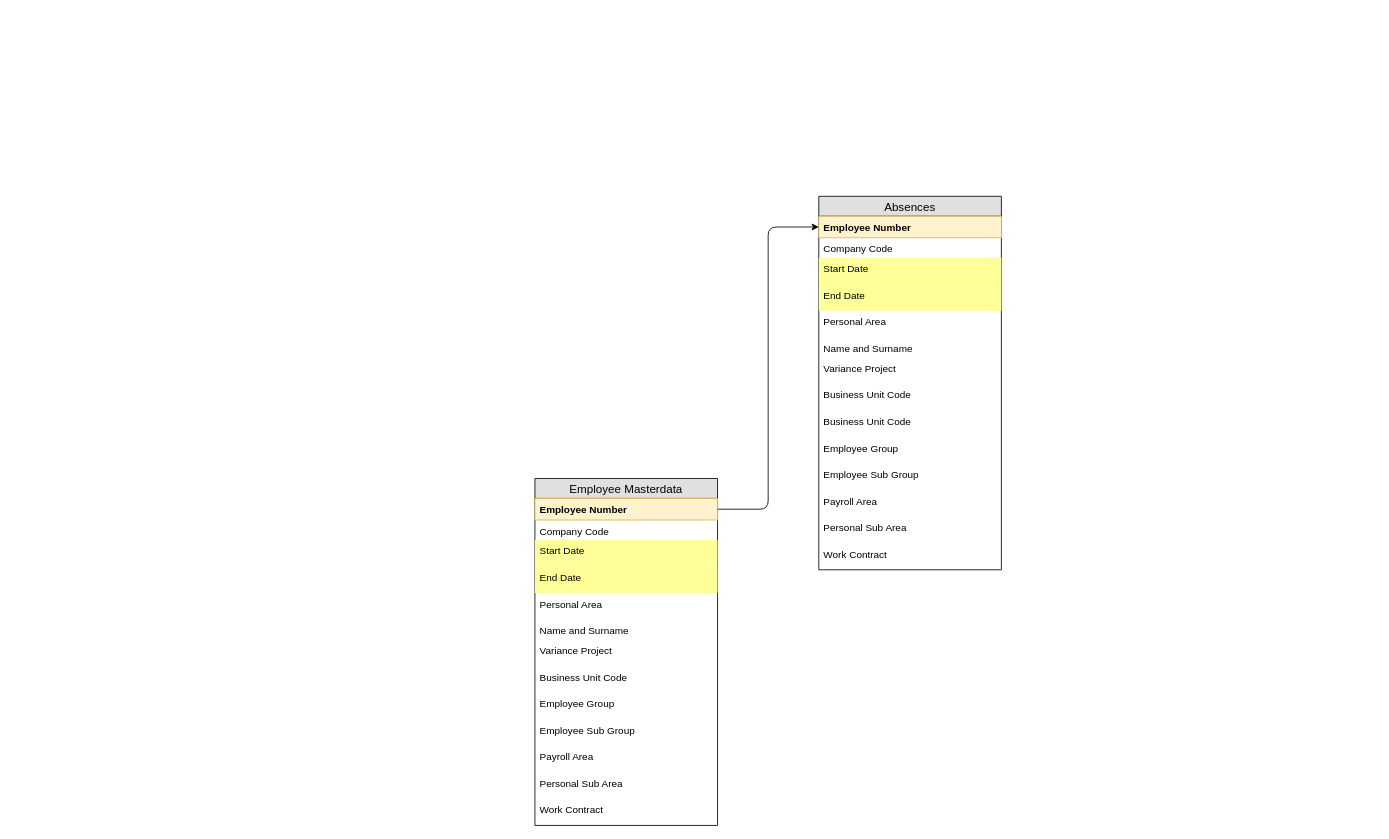
The draw.io diagram page "HR" (3 of 7) of Codex Data Model.drawio in vesi-jorrego/Codex-Data-Model, before the edit. Source tidied: cells renumbered, new cells numbered last; positions are measured from the earlier drawing's top-left corner, leaving out a move shared by most shapes. Both pictures are drawn from the tidied source at 83%, with x=0, y=0 at pixel (535, 196).
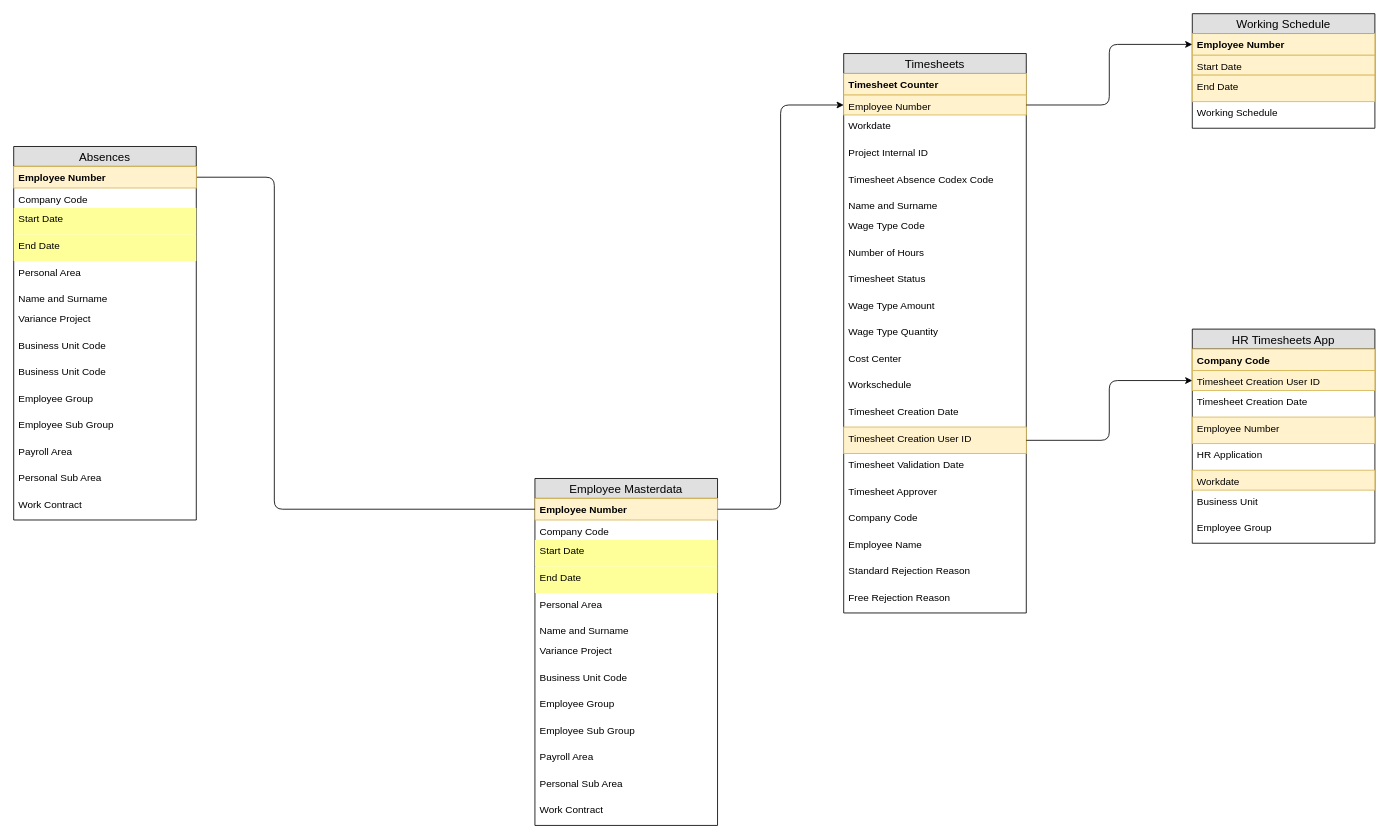
The same page after the edit.

The change refers to these unchanged cells:
```xml
<mxCell id="3" value="Employee Number" style="text;strokeColor=#d6b656;fillColor=#fff2cc;spacingLeft=4;spacingRight=4;overflow=hidden;points=[[0,0.5],[1,0.5]];portConstraint=eastwest;fontSize=12;fontStyle=1;" parent="2" vertex="1">
  <mxGeometry y="24" width="220" height="26" as="geometry" />
</mxCell>
<mxCell id="18" value="Employee Number" style="text;strokeColor=#d6b656;fillColor=#fff2cc;spacingLeft=4;spacingRight=4;overflow=hidden;points=[[0,0.5],[1,0.5]];portConstraint=eastwest;fontSize=12;fontStyle=1;" parent="17" vertex="1">
  <mxGeometry y="24" width="220" height="26" as="geometry" />
</mxCell>
```

Change to the diagram source:
```diff
@@
-    <mxCell id="16" style="edgeStyle=elbowEdgeStyle;elbow=horizontal;endArrow=classic;html=1;entryX=0;entryY=0.5;entryDx=0;entryDy=0;" parent="1" edge="1" source="3" target="18">
+    <mxCell id="16" style="edgeStyle=elbowEdgeStyle;elbow=horizontal;endArrow=classic;html=1;entryX=0;entryY=0.5;entryDx=0;entryDy=0;exitX=0;exitY=0.5;exitDx=0;exitDy=0;" parent="1" edge="1" source="3" target="18">
       <mxGeometry relative="1" as="geometry" />
     </mxCell>
     <mxCell id="17" value="Absences" style="swimlane;fontStyle=0;horizontal=1;startSize=24;fillColor=#e0e0e0;swimlaneFillColor=#ffffff;align=center;fontSize=14;" parent="1" vertex="1">
-      <mxGeometry x="342" width="220" height="450" as="geometry" />
+      <mxGeometry x="-628" y="-60" width="220" height="450" as="geometry" />
     </mxCell>
@@
+    <mxCell id="32" style="edgeStyle=elbowEdgeStyle;elbow=horizontal;endArrow=classic;html=1;exitX=1;exitY=0.5;exitDx=0;exitDy=0;entryX=0;entryY=0.5;entryDx=0;entryDy=0;" parent="1" edge="1" source="3" target="35">
+      <mxGeometry relative="1" as="geometry" />
+    </mxCell>
+    <mxCell id="33" value="Timesheets" style="swimlane;fontStyle=0;horizontal=1;startSize=24;fillColor=#e0e0e0;swimlaneFillColor=#ffffff;align=center;fontSize=14;" parent="1" vertex="1">
+      <mxGeometry x="372" y="-172" width="220" height="674" as="geometry" />
+    </mxCell>
+    <mxCell id="34" value="Timesheet Counter" style="text;strokeColor=#d6b656;fillColor=#fff2cc;spacingLeft=4;spacingRight=4;overflow=hidden;fontSize=12;fontStyle=1;" parent="33" vertex="1">
+      <mxGeometry y="24" width="220" height="26" as="geometry" />
+    </mxCell>
+    <mxCell id="35" value="Employee Number" style="text;strokeColor=#d6b656;fillColor=#fff2cc;spacingLeft=4;spacingRight=4;overflow=hidden;points=[[0,0.5],[1,0.5]];portConstraint=eastwest;fontSize=12;" parent="33" vertex="1">
+      <mxGeometry y="50" width="220" height="24" as="geometry" />
+    </mxCell>
+    <mxCell id="36" value="Workdate" style="text;strokeColor=none;fillColor=none;spacingLeft=4;spacingRight=4;overflow=hidden;fontSize=12;" parent="33" vertex="1">
+      <mxGeometry y="74" width="220" height="32" as="geometry" />
+    </mxCell>
+    <mxCell id="37" value="Project Internal ID" style="text;strokeColor=none;fillColor=none;spacingLeft=4;spacingRight=4;overflow=hidden;fontSize=12;" parent="33" vertex="1">
+      <mxGeometry y="106" width="220" height="32" as="geometry" />
+    </mxCell>
+    <mxCell id="38" value="Timesheet Absence Codex Code" style="text;strokeColor=none;fillColor=none;spacingLeft=4;spacingRight=4;overflow=hidden;fontSize=12;" parent="33" vertex="1">
+      <mxGeometry y="138" width="220" height="32" as="geometry" />
+    </mxCell>
+    <mxCell id="39" value="Name and Surname" style="text;strokeColor=none;fillColor=none;spacingLeft=4;spacingRight=4;overflow=hidden;fontSize=12;" parent="33" vertex="1">
+      <mxGeometry y="170" width="220" height="24" as="geometry" />
+    </mxCell>
+    <mxCell id="40" value="Wage Type Code" style="text;strokeColor=none;fillColor=none;spacingLeft=4;spacingRight=4;overflow=hidden;fontSize=12;" parent="33" vertex="1">
+      <mxGeometry y="194" width="220" height="32" as="geometry" />
+    </mxCell>
+    <mxCell id="41" value="Number of Hours" style="text;strokeColor=none;fillColor=none;spacingLeft=4;spacingRight=4;overflow=hidden;fontSize=12;" parent="33" vertex="1">
+      <mxGeometry y="226" width="220" height="32" as="geometry" />
+    </mxCell>
+    <mxCell id="42" value="Timesheet Status" style="text;strokeColor=none;fillColor=none;spacingLeft=4;spacingRight=4;overflow=hidden;fontSize=12;" parent="33" vertex="1">
+      <mxGeometry y="258" width="220" height="32" as="geometry" />
+    </mxCell>
+    <mxCell id="43" value="Wage Type Amount" style="text;strokeColor=none;fillColor=none;spacingLeft=4;spacingRight=4;overflow=hidden;fontSize=12;" parent="33" vertex="1">
+      <mxGeometry y="290" width="220" height="32" as="geometry" />
+    </mxCell>
+    <mxCell id="44" value="Wage Type Quantity" style="text;strokeColor=none;fillColor=none;spacingLeft=4;spacingRight=4;overflow=hidden;fontSize=12;" parent="33" vertex="1">
+      <mxGeometry y="322" width="220" height="32" as="geometry" />
+    </mxCell>
+    <mxCell id="45" value="Cost Center" style="text;strokeColor=none;fillColor=none;spacingLeft=4;spacingRight=4;overflow=hidden;fontSize=12;" parent="33" vertex="1">
+      <mxGeometry y="354" width="220" height="32" as="geometry" />
+    </mxCell>
+    <mxCell id="46" value="Workschedule" style="text;strokeColor=none;fillColor=none;spacingLeft=4;spacingRight=4;overflow=hidden;fontSize=12;" parent="33" vertex="1">
+      <mxGeometry y="386" width="220" height="32" as="geometry" />
+    </mxCell>
+    <mxCell id="47" value="Timesheet Creation Date" style="text;strokeColor=none;fillColor=none;spacingLeft=4;spacingRight=4;overflow=hidden;fontSize=12;" parent="33" vertex="1">
+      <mxGeometry y="418" width="220" height="32" as="geometry" />
+    </mxCell>
+    <mxCell id="48" value="Timesheet Creation User ID" style="text;strokeColor=#d6b656;fillColor=#fff2cc;spacingLeft=4;spacingRight=4;overflow=hidden;points=[[0,0.5],[1,0.5]];portConstraint=eastwest;fontSize=12;" parent="33" vertex="1">
+      <mxGeometry y="450" width="220" height="32" as="geometry" />
+    </mxCell>
+    <mxCell id="49" value="Timesheet Validation Date" style="text;strokeColor=none;fillColor=none;spacingLeft=4;spacingRight=4;overflow=hidden;fontSize=12;" parent="33" vertex="1">
+      <mxGeometry y="482" width="220" height="32" as="geometry" />
+    </mxCell>
+    <mxCell id="50" value="Timesheet Approver" style="text;strokeColor=none;fillColor=none;spacingLeft=4;spacingRight=4;overflow=hidden;fontSize=12;" parent="33" vertex="1">
+      <mxGeometry y="514" width="220" height="32" as="geometry" />
+    </mxCell>
+    <mxCell id="51" value="Company Code" style="text;strokeColor=none;fillColor=none;spacingLeft=4;spacingRight=4;overflow=hidden;fontSize=12;" parent="33" vertex="1">
+      <mxGeometry y="546" width="220" height="32" as="geometry" />
+    </mxCell>
+    <mxCell id="52" value="Employee Name" style="text;strokeColor=none;fillColor=none;spacingLeft=4;spacingRight=4;overflow=hidden;fontSize=12;" parent="33" vertex="1">
+      <mxGeometry y="578" width="220" height="32" as="geometry" />
+    </mxCell>
+    <mxCell id="53" value="Standard Rejection Reason" style="text;strokeColor=none;fillColor=none;spacingLeft=4;spacingRight=4;overflow=hidden;fontSize=12;" parent="33" vertex="1">
+      <mxGeometry y="610" width="220" height="32" as="geometry" />
+    </mxCell>
+    <mxCell id="54" value="Free Rejection Reason" style="text;strokeColor=none;fillColor=none;spacingLeft=4;spacingRight=4;overflow=hidden;fontSize=12;" parent="33" vertex="1">
+      <mxGeometry y="642" width="220" height="32" as="geometry" />
+    </mxCell>
+    <mxCell id="55" value="Working Schedule" style="swimlane;fontStyle=0;horizontal=1;startSize=24;fillColor=#e0e0e0;swimlaneFillColor=#ffffff;align=center;fontSize=14;" parent="1" vertex="1">
+      <mxGeometry x="792" y="-220" width="220" height="138" as="geometry" />
+    </mxCell>
+    <mxCell id="56" value="Employee Number" style="text;strokeColor=#d6b656;fillColor=#fff2cc;spacingLeft=4;spacingRight=4;overflow=hidden;points=[[0,0.5],[1,0.5]];portConstraint=eastwest;fontSize=12;fontStyle=1;" parent="55" vertex="1">
+      <mxGeometry y="24" width="220" height="26" as="geometry" />
+    </mxCell>
+    <mxCell id="57" value="Start Date" style="text;strokeColor=#d6b656;fillColor=#fff2cc;spacingLeft=4;spacingRight=4;overflow=hidden;fontSize=12;" parent="55" vertex="1">
+      <mxGeometry y="50" width="220" height="24" as="geometry" />
+    </mxCell>
+    <mxCell id="58" value="End Date" style="text;strokeColor=#d6b656;fillColor=#fff2cc;spacingLeft=4;spacingRight=4;overflow=hidden;fontSize=12;" parent="55" vertex="1">
+      <mxGeometry y="74" width="220" height="32" as="geometry" />
+    </mxCell>
+    <mxCell id="59" value="Working Schedule" style="text;strokeColor=none;fillColor=none;spacingLeft=4;spacingRight=4;overflow=hidden;fontSize=12;" parent="55" vertex="1">
+      <mxGeometry y="106" width="220" height="32" as="geometry" />
+    </mxCell>
+    <mxCell id="60" style="edgeStyle=elbowEdgeStyle;elbow=horizontal;endArrow=classic;html=1;exitX=1;exitY=0.5;exitDx=0;exitDy=0;entryX=0;entryY=0.5;entryDx=0;entryDy=0;" parent="1" edge="1" source="35" target="56">
+      <mxGeometry relative="1" as="geometry" />
+    </mxCell>
+    <mxCell id="61" style="edgeStyle=elbowEdgeStyle;elbow=horizontal;endArrow=classic;html=1;exitX=1;exitY=0.5;exitDx=0;exitDy=0;entryX=0;entryY=0.5;entryDx=0;entryDy=0;" parent="1" edge="1" source="48" target="64">
+      <mxGeometry relative="1" as="geometry" />
+    </mxCell>
+    <mxCell id="62" value="HR Timesheets App" style="swimlane;fontStyle=0;horizontal=1;startSize=24;fillColor=#e0e0e0;swimlaneFillColor=#ffffff;align=center;fontSize=14;" parent="1" vertex="1">
+      <mxGeometry x="792" y="160" width="220" height="258" as="geometry" />
+    </mxCell>
+    <mxCell id="63" value="Company Code" style="text;strokeColor=#d6b656;fillColor=#fff2cc;spacingLeft=4;spacingRight=4;overflow=hidden;fontSize=12;fontStyle=1;" parent="62" vertex="1">
+      <mxGeometry y="24" width="220" height="26" as="geometry" />
+    </mxCell>
+    <mxCell id="64" value="Timesheet Creation User ID" style="text;strokeColor=#d6b656;fillColor=#fff2cc;spacingLeft=4;spacingRight=4;overflow=hidden;points=[[0,0.5],[1,0.5]];portConstraint=eastwest;fontSize=12;" parent="62" vertex="1">
+      <mxGeometry y="50" width="220" height="24" as="geometry" />
+    </mxCell>
+    <mxCell id="65" value="Timesheet Creation Date" style="text;spacingLeft=4;spacingRight=4;overflow=hidden;fontSize=12;" parent="62" vertex="1">
+      <mxGeometry y="74" width="220" height="32" as="geometry" />
+    </mxCell>
+    <mxCell id="66" value="Employee Number" style="text;spacingLeft=4;spacingRight=4;overflow=hidden;fontSize=12;fillColor=#fff2cc;strokeColor=#d6b656;" parent="62" vertex="1">
+      <mxGeometry y="106" width="220" height="32" as="geometry" />
+    </mxCell>
+    <mxCell id="67" value="HR Application" style="text;strokeColor=none;fillColor=none;spacingLeft=4;spacingRight=4;overflow=hidden;fontSize=12;" parent="62" vertex="1">
+      <mxGeometry y="138" width="220" height="32" as="geometry" />
+    </mxCell>
+    <mxCell id="68" value="Workdate" style="text;strokeColor=#d6b656;fillColor=#fff2cc;spacingLeft=4;spacingRight=4;overflow=hidden;fontSize=12;" parent="62" vertex="1">
+      <mxGeometry y="170" width="220" height="24" as="geometry" />
+    </mxCell>
+    <mxCell id="69" value="Business Unit" style="text;strokeColor=none;fillColor=none;spacingLeft=4;spacingRight=4;overflow=hidden;fontSize=12;" parent="62" vertex="1">
+      <mxGeometry y="194" width="220" height="32" as="geometry" />
+    </mxCell>
+    <mxCell id="70" value="Employee Group" style="text;strokeColor=none;fillColor=none;spacingLeft=4;spacingRight=4;overflow=hidden;fontSize=12;" parent="62" vertex="1">
+      <mxGeometry y="226" width="220" height="32" as="geometry" />
+    </mxCell>
```
